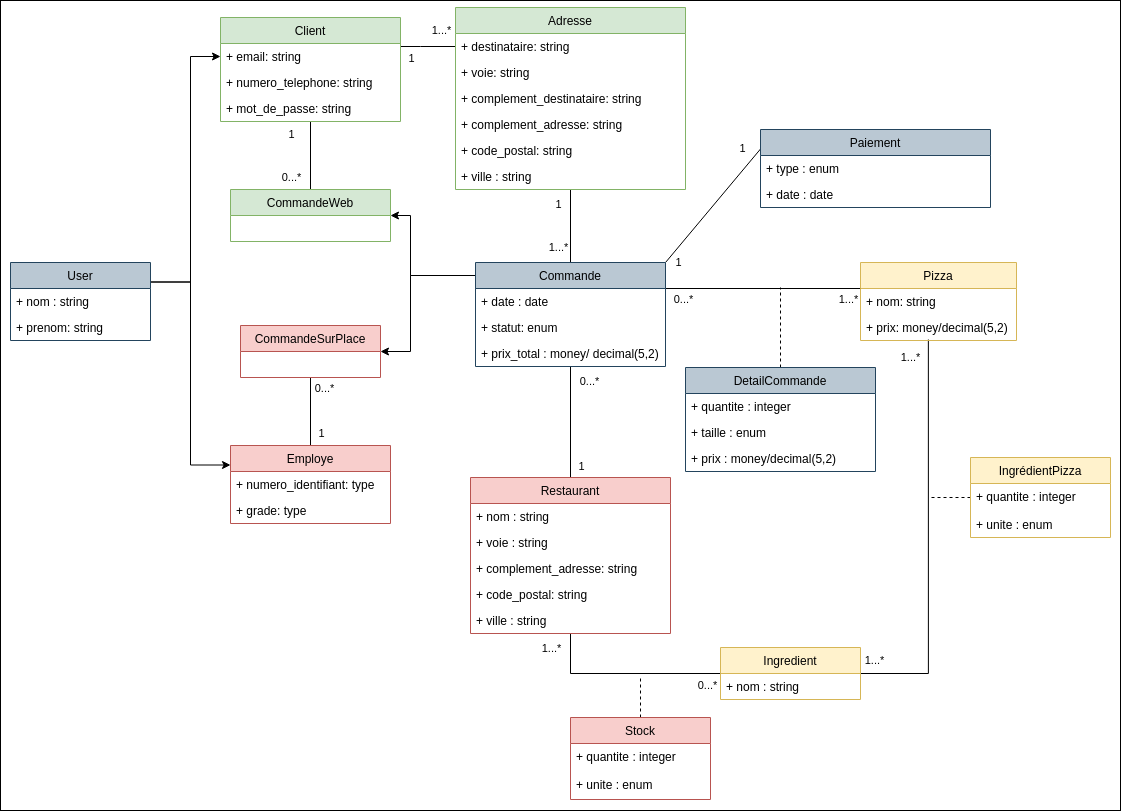
Before: P6_classe.png, a diagram exported from draw.io (micktymoon/P6_pelletier_c-line). Source tidied: cells renumbered, new cells last; positions are measured from the earlier drawing's top-left corner, leaving out a move shared by most shapes.
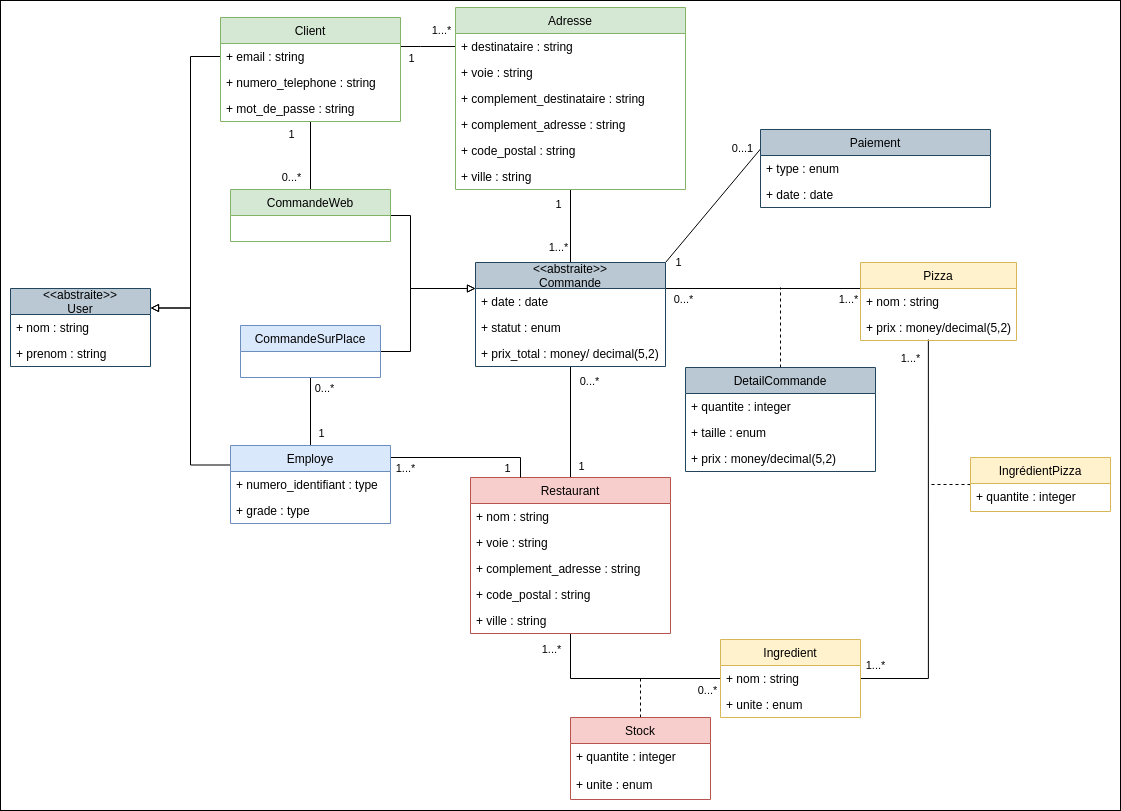
Later version of the same file.

Commit message:
diag classe terminé

The edit, as a diff of the source:
```diff
@@ -31,10 +31,10 @@
         <mxPoint x="7" y="6" as="offset" />
       </mxGeometry>
     </mxCell>
-    <mxCell id="9" style="rounded=0;jettySize=auto;html=1;exitX=0;exitY=0.25;exitDx=0;exitDy=0;endArrow=classic;endFill=1;entryX=1;entryY=0.5;entryDx=0;entryDy=0;edgeStyle=orthogonalEdgeStyle;startArrow=none;startFill=0;" parent="1" edge="1" source="70" target="66">
+    <mxCell id="9" style="rounded=0;jettySize=auto;html=1;exitX=0;exitY=0.25;exitDx=0;exitDy=0;endArrow=none;endFill=0;entryX=1;entryY=0.5;entryDx=0;entryDy=0;edgeStyle=orthogonalEdgeStyle;startArrow=block;startFill=0;" parent="1" edge="1" source="70" target="66">
       <mxGeometry relative="1" as="geometry">
         <Array as="points">
-          <mxPoint x="410" y="275" />
+          <mxPoint x="410" y="288" />
           <mxPoint x="410" y="215" />
         </Array>
       </mxGeometry>
@@ -59,7 +59,7 @@
     </mxCell>
     <mxCell id="14" style="edgeStyle=none;rounded=0;jettySize=auto;html=1;exitX=0;exitY=0.5;exitDx=0;exitDy=0;endArrow=none;endFill=0;dashed=1;" parent="1" edge="1" source="81">
       <mxGeometry relative="1" as="geometry">
-        <mxPoint x="930" y="497" as="targetPoint" />
+        <mxPoint x="930" y="484" as="targetPoint" />
       </mxGeometry>
     </mxCell>
     <mxCell id="15" style="edgeStyle=orthogonalEdgeStyle;rounded=0;jettySize=auto;html=1;entryX=0.435;entryY=0.962;entryDx=0;entryDy=0;endArrow=none;endFill=0;exitX=1;exitY=0.5;exitDx=0;exitDy=0;entryPerimeter=0;" parent="1" edge="1" source="44" target="76">
@@ -106,11 +106,11 @@
         <mxPoint x="-9" y="-4" as="offset" />
       </mxGeometry>
     </mxCell>
-    <mxCell id="25" style="rounded=0;jettySize=auto;html=1;entryX=0;entryY=0.25;entryDx=0;entryDy=0;endArrow=none;endFill=0;exitX=1;exitY=0.5;exitDx=0;exitDy=0;edgeStyle=orthogonalEdgeStyle;startArrow=classic;startFill=1;" parent="1" edge="1" source="59" target="70">
+    <mxCell id="25" style="rounded=0;jettySize=auto;html=1;entryX=0;entryY=0.25;entryDx=0;entryDy=0;endArrow=block;endFill=0;exitX=1;exitY=0.5;exitDx=0;exitDy=0;edgeStyle=orthogonalEdgeStyle;startArrow=none;startFill=0;" parent="1" edge="1" source="59" target="70">
       <mxGeometry relative="1" as="geometry">
         <Array as="points">
           <mxPoint x="410" y="351" />
-          <mxPoint x="410" y="275" />
+          <mxPoint x="410" y="288" />
         </Array>
       </mxGeometry>
     </mxCell>
@@ -132,18 +132,18 @@
         <mxPoint x="14" y="-19" as="offset" />
       </mxGeometry>
     </mxCell>
-    <mxCell id="29" style="rounded=0;jettySize=auto;html=1;exitX=1;exitY=0.25;exitDx=0;exitDy=0;entryX=0;entryY=0.5;entryDx=0;entryDy=0;edgeStyle=orthogonalEdgeStyle;" parent="1" edge="1" source="67" target="53">
+    <mxCell id="29" style="rounded=0;jettySize=auto;html=1;exitX=1;exitY=0.25;exitDx=0;exitDy=0;entryX=0;entryY=0.5;entryDx=0;entryDy=0;endArrow=none;endFill=0;startArrow=block;startFill=0;edgeStyle=orthogonalEdgeStyle;" parent="1" edge="1" source="67" target="53">
       <mxGeometry relative="1" as="geometry">
         <Array as="points">
-          <mxPoint x="190" y="282" />
+          <mxPoint x="190" y="308" />
           <mxPoint x="190" y="56" />
         </Array>
       </mxGeometry>
     </mxCell>
-    <mxCell id="30" style="rounded=0;jettySize=auto;html=1;exitX=1;exitY=0.25;exitDx=0;exitDy=0;entryX=0;entryY=0.25;entryDx=0;entryDy=0;edgeStyle=orthogonalEdgeStyle;" parent="1" edge="1" source="67" target="60">
+    <mxCell id="30" style="rounded=0;jettySize=auto;html=1;exitX=1;exitY=0.25;exitDx=0;exitDy=0;entryX=0;entryY=0.25;entryDx=0;entryDy=0;startArrow=block;startFill=0;endArrow=none;endFill=0;strokeWidth=1;sourcePerimeterSpacing=0;edgeStyle=orthogonalEdgeStyle;" parent="1" edge="1" source="67" target="60">
       <mxGeometry relative="1" as="geometry">
         <Array as="points">
-          <mxPoint x="190" y="282" />
+          <mxPoint x="190" y="308" />
           <mxPoint x="190" y="465" />
         </Array>
       </mxGeometry>
@@ -151,19 +151,19 @@
     <mxCell id="31" value="Adresse" style="swimlane;fontStyle=0;horizontal=1;startSize=26;fillColor=#d5e8d4;strokeColor=#82b366;" parent="1" vertex="1">
       <mxGeometry x="455" y="7" width="230" height="182" as="geometry" />
     </mxCell>
-    <mxCell id="32" value="+ destinataire: string" style="text;strokeColor=none;fillColor=none;align=left;verticalAlign=top;spacingLeft=4;spacingRight=4;overflow=hidden;points=[[0,0.5],[1,0.5]];portConstraint=eastwest;" parent="31" vertex="1">
+    <mxCell id="32" value="+ destinataire : string" style="text;strokeColor=none;fillColor=none;align=left;verticalAlign=top;spacingLeft=4;spacingRight=4;overflow=hidden;points=[[0,0.5],[1,0.5]];portConstraint=eastwest;" parent="31" vertex="1">
       <mxGeometry y="26" width="230" height="26" as="geometry" />
     </mxCell>
-    <mxCell id="33" value="+ voie: string" style="text;strokeColor=none;fillColor=none;align=left;verticalAlign=top;spacingLeft=4;spacingRight=4;overflow=hidden;" parent="31" vertex="1">
+    <mxCell id="33" value="+ voie : string" style="text;strokeColor=none;fillColor=none;align=left;verticalAlign=top;spacingLeft=4;spacingRight=4;overflow=hidden;" parent="31" vertex="1">
       <mxGeometry y="52" width="230" height="26" as="geometry" />
     </mxCell>
-    <mxCell id="34" value="+ complement_destinataire: string" style="text;strokeColor=none;fillColor=none;align=left;verticalAlign=top;spacingLeft=4;spacingRight=4;overflow=hidden;" parent="31" vertex="1">
+    <mxCell id="34" value="+ complement_destinataire : string" style="text;strokeColor=none;fillColor=none;align=left;verticalAlign=top;spacingLeft=4;spacingRight=4;overflow=hidden;" parent="31" vertex="1">
       <mxGeometry y="78" width="230" height="26" as="geometry" />
     </mxCell>
-    <mxCell id="35" value="+ complement_adresse: string" style="text;strokeColor=none;fillColor=none;align=left;verticalAlign=top;spacingLeft=4;spacingRight=4;overflow=hidden;" parent="31" vertex="1">
+    <mxCell id="35" value="+ complement_adresse : string" style="text;strokeColor=none;fillColor=none;align=left;verticalAlign=top;spacingLeft=4;spacingRight=4;overflow=hidden;" parent="31" vertex="1">
       <mxGeometry y="104" width="230" height="26" as="geometry" />
     </mxCell>
-    <mxCell id="36" value="+ code_postal: string" style="text;strokeColor=none;fillColor=none;align=left;verticalAlign=top;spacingLeft=4;spacingRight=4;overflow=hidden;" parent="31" vertex="1">
+    <mxCell id="36" value="+ code_postal : string" style="text;strokeColor=none;fillColor=none;align=left;verticalAlign=top;spacingLeft=4;spacingRight=4;overflow=hidden;" parent="31" vertex="1">
       <mxGeometry y="130" width="230" height="26" as="geometry" />
     </mxCell>
     <mxCell id="37" value="+ ville : string" style="text;strokeColor=none;fillColor=none;align=left;verticalAlign=top;spacingLeft=4;spacingRight=4;overflow=hidden;" parent="31" vertex="1">
@@ -178,21 +178,15 @@
     <mxCell id="40" value="+ voie : string" style="text;strokeColor=none;fillColor=none;align=left;verticalAlign=top;spacingLeft=4;spacingRight=4;overflow=hidden;" parent="38" vertex="1">
       <mxGeometry y="52" width="200" height="26" as="geometry" />
     </mxCell>
-    <mxCell id="41" value="+ complement_adresse: string" style="text;strokeColor=none;fillColor=none;align=left;verticalAlign=top;spacingLeft=4;spacingRight=4;overflow=hidden;" parent="38" vertex="1">
+    <mxCell id="41" value="+ complement_adresse : string" style="text;strokeColor=none;fillColor=none;align=left;verticalAlign=top;spacingLeft=4;spacingRight=4;overflow=hidden;" parent="38" vertex="1">
       <mxGeometry y="78" width="200" height="26" as="geometry" />
     </mxCell>
-    <mxCell id="42" value="+ code_postal: string" style="text;strokeColor=none;fillColor=none;align=left;verticalAlign=top;spacingLeft=4;spacingRight=4;overflow=hidden;" parent="38" vertex="1">
+    <mxCell id="42" value="+ code_postal : string" style="text;strokeColor=none;fillColor=none;align=left;verticalAlign=top;spacingLeft=4;spacingRight=4;overflow=hidden;" parent="38" vertex="1">
       <mxGeometry y="104" width="200" height="26" as="geometry" />
     </mxCell>
     <mxCell id="43" value="+ ville : string" style="text;strokeColor=none;fillColor=none;align=left;verticalAlign=top;spacingLeft=4;spacingRight=4;overflow=hidden;" parent="38" vertex="1">
       <mxGeometry y="130" width="200" height="26" as="geometry" />
     </mxCell>
-    <mxCell id="44" value="Ingredient" style="swimlane;fontStyle=0;horizontal=1;startSize=26;fillColor=#fff2cc;strokeColor=#d6b656;" parent="1" vertex="1">
-      <mxGeometry x="720" y="647" width="140" height="52" as="geometry" />
-    </mxCell>
-    <mxCell id="45" value="+ nom : string" style="text;strokeColor=none;fillColor=none;align=left;verticalAlign=top;spacingLeft=4;spacingRight=4;overflow=hidden;" parent="44" vertex="1">
-      <mxGeometry y="26" width="140" height="26" as="geometry" />
-    </mxCell>
     <mxCell id="46" value="Stock" style="swimlane;fontStyle=0;horizontal=1;startSize=26;fillColor=#f8cecc;strokeColor=#b85450;" parent="1" vertex="1">
       <mxGeometry x="570" y="717" width="140" height="82" as="geometry" />
     </mxCell>
@@ -218,13 +212,13 @@
     <mxCell id="52" value="Client" style="swimlane;fontStyle=0;horizontal=1;startSize=26;fillColor=#d5e8d4;strokeColor=#82b366;" parent="1" vertex="1">
       <mxGeometry x="220" y="17" width="180" height="104" as="geometry" />
     </mxCell>
-    <mxCell id="53" value="+ email: string" style="text;strokeColor=none;fillColor=none;align=left;verticalAlign=top;spacingLeft=4;spacingRight=4;overflow=hidden;points=[[0,0.5],[1,0.5]];portConstraint=eastwest;" parent="52" vertex="1">
+    <mxCell id="53" value="+ email : string" style="text;strokeColor=none;fillColor=none;align=left;verticalAlign=top;spacingLeft=4;spacingRight=4;overflow=hidden;points=[[0,0.5],[1,0.5]];portConstraint=eastwest;" parent="52" vertex="1">
       <mxGeometry y="26" width="180" height="26" as="geometry" />
     </mxCell>
-    <mxCell id="54" value="+ numero_telephone: string" style="text;strokeColor=none;fillColor=none;align=left;verticalAlign=top;spacingLeft=4;spacingRight=4;overflow=hidden;" parent="52" vertex="1">
+    <mxCell id="54" value="+ numero_telephone : string" style="text;strokeColor=none;fillColor=none;align=left;verticalAlign=top;spacingLeft=4;spacingRight=4;overflow=hidden;" parent="52" vertex="1">
       <mxGeometry y="52" width="180" height="26" as="geometry" />
     </mxCell>
-    <mxCell id="55" value="+ mot_de_passe: string" style="text;strokeColor=none;fillColor=none;align=left;verticalAlign=top;spacingLeft=4;spacingRight=4;overflow=hidden;points=[[0,0.5],[1,0.5]];portConstraint=eastwest;" parent="52" vertex="1">
+    <mxCell id="55" value="+ mot_de_passe : string" style="text;strokeColor=none;fillColor=none;align=left;verticalAlign=top;spacingLeft=4;spacingRight=4;overflow=hidden;points=[[0,0.5],[1,0.5]];portConstraint=eastwest;" parent="52" vertex="1">
       <mxGeometry y="78" width="180" height="26" as="geometry" />
     </mxCell>
     <mxCell id="56" style="edgeStyle=none;rounded=0;jettySize=auto;html=1;exitX=1;exitY=0;exitDx=0;exitDy=0;entryX=0;entryY=0.25;entryDx=0;entryDy=0;endArrow=none;endFill=0;" parent="1" edge="1" source="70" target="63">
@@ -235,21 +229,39 @@
         <mxPoint x="-14" y="30.6" as="offset" />
       </mxGeometry>
     </mxCell>
-    <mxCell id="58" value="1" style="edgeLabel;html=1;align=center;verticalAlign=middle;" parent="56" vertex="1">
+    <mxCell id="58" value="0...1" style="edgeLabel;html=1;align=center;verticalAlign=middle;" parent="56" vertex="1">
       <mxGeometry x="0.81" relative="1" as="geometry">
         <mxPoint x="-9.2" y="-11.6" as="offset" />
       </mxGeometry>
     </mxCell>
-    <mxCell id="59" value="CommandeSurPlace" style="swimlane;fontStyle=0;horizontal=1;startSize=26;fillColor=#f8cecc;strokeColor=#b85450;" parent="1" vertex="1">
+    <mxCell id="59" value="CommandeSurPlace" style="swimlane;fontStyle=0;horizontal=1;startSize=26;fillColor=#dae8fc;strokeColor=#6c8ebf;" parent="1" vertex="1">
       <mxGeometry x="240" y="325" width="140" height="52" as="geometry" />
     </mxCell>
+    <mxCell id="84" style="edgeStyle=orthogonalEdgeStyle;rounded=0;jettySize=auto;html=1;exitX=1;exitY=0.25;exitDx=0;exitDy=0;entryX=0.25;entryY=0;entryDx=0;entryDy=0;endArrow=none;endFill=0;" parent="1" edge="1" source="60" target="38">
+      <mxGeometry relative="1" as="geometry">
+        <Array as="points">
+          <mxPoint x="390" y="457" />
+          <mxPoint x="520" y="457" />
+        </Array>
+      </mxGeometry>
+    </mxCell>
+    <mxCell id="85" value="1...*" style="edgeLabel;html=1;align=center;verticalAlign=middle;" parent="84" vertex="1">
+      <mxGeometry x="-0.41" y="-3" relative="1" as="geometry">
+        <mxPoint x="-25.5" y="7" as="offset" />
+      </mxGeometry>
+    </mxCell>
+    <mxCell id="86" value="1" style="edgeLabel;html=1;align=center;verticalAlign=middle;" parent="84" vertex="1">
+      <mxGeometry x="0.57" y="2" relative="1" as="geometry">
+        <mxPoint y="12" as="offset" />
+      </mxGeometry>
+    </mxCell>
-    <mxCell id="60" value="Employe" style="swimlane;fontStyle=0;horizontal=1;startSize=26;fillColor=#f8cecc;strokeColor=#b85450;" parent="1" vertex="1">
+    <mxCell id="60" value="Employe" style="swimlane;fontStyle=0;horizontal=1;startSize=26;fillColor=#dae8fc;strokeColor=#6c8ebf;" parent="1" vertex="1">
       <mxGeometry x="230" y="445" width="160" height="78" as="geometry" />
     </mxCell>
-    <mxCell id="61" value="+ numero_identifiant: type" style="text;strokeColor=none;fillColor=none;align=left;verticalAlign=top;spacingLeft=4;spacingRight=4;overflow=hidden;" parent="60" vertex="1">
+    <mxCell id="61" value="+ numero_identifiant : type" style="text;strokeColor=none;fillColor=none;align=left;verticalAlign=top;spacingLeft=4;spacingRight=4;overflow=hidden;" parent="60" vertex="1">
       <mxGeometry y="26" width="160" height="26" as="geometry" />
     </mxCell>
-    <mxCell id="62" value="+ grade: type" style="text;strokeColor=none;fillColor=none;align=left;verticalAlign=top;spacingLeft=4;spacingRight=4;overflow=hidden;" parent="60" vertex="1">
+    <mxCell id="62" value="+ grade : type" style="text;strokeColor=none;fillColor=none;align=left;verticalAlign=top;spacingLeft=4;spacingRight=4;overflow=hidden;" parent="60" vertex="1">
       <mxGeometry y="52" width="160" height="26" as="geometry" />
     </mxCell>
     <mxCell id="63" value="Paiement" style="swimlane;fontStyle=0;horizontal=1;startSize=26;fillColor=#bac8d3;strokeColor=#23445d;" parent="1" vertex="1">
@@ -264,22 +276,13 @@
     <mxCell id="66" value="CommandeWeb" style="swimlane;fontStyle=0;horizontal=1;startSize=26;fillColor=#d5e8d4;strokeColor=#82b366;" parent="1" vertex="1">
       <mxGeometry x="230" y="189" width="160" height="52" as="geometry" />
     </mxCell>
-    <mxCell id="67" value="User" style="swimlane;fontStyle=0;horizontal=1;startSize=26;fillColor=#bac8d3;strokeColor=#23445d;" parent="1" vertex="1">
-      <mxGeometry x="10" y="262" width="140" height="78" as="geometry" />
-    </mxCell>
-    <mxCell id="68" value="+ nom : string" style="text;strokeColor=none;fillColor=none;align=left;verticalAlign=top;spacingLeft=4;spacingRight=4;overflow=hidden;" parent="67" vertex="1">
-      <mxGeometry y="26" width="140" height="26" as="geometry" />
-    </mxCell>
-    <mxCell id="69" value="+ prenom: string" style="text;strokeColor=none;fillColor=none;align=left;verticalAlign=top;spacingLeft=4;spacingRight=4;overflow=hidden;" parent="67" vertex="1">
-      <mxGeometry y="52" width="140" height="26" as="geometry" />
-    </mxCell>
-    <mxCell id="70" value="Commande" style="swimlane;fontStyle=0;horizontal=1;startSize=26;fillColor=#bac8d3;strokeColor=#23445d;" parent="1" vertex="1">
+    <mxCell id="70" value="&lt;&lt;abstraite&gt;&gt;&#10;Commande" style="swimlane;fontStyle=0;horizontal=1;startSize=26;fillColor=#bac8d3;strokeColor=#23445d;" parent="1" vertex="1">
       <mxGeometry x="475" y="262" width="190" height="104" as="geometry" />
     </mxCell>
     <mxCell id="71" value="+ date : date" style="text;strokeColor=none;fillColor=none;align=left;verticalAlign=top;spacingLeft=4;spacingRight=4;overflow=hidden;" parent="70" vertex="1">
       <mxGeometry y="26" width="190" height="26" as="geometry" />
     </mxCell>
-    <mxCell id="72" value="+ statut: enum" style="text;strokeColor=none;fillColor=none;align=left;verticalAlign=top;spacingLeft=4;spacingRight=4;overflow=hidden;" parent="70" vertex="1">
+    <mxCell id="72" value="+ statut : enum" style="text;strokeColor=none;fillColor=none;align=left;verticalAlign=top;spacingLeft=4;spacingRight=4;overflow=hidden;" parent="70" vertex="1">
       <mxGeometry y="52" width="190" height="26" as="geometry" />
     </mxCell>
     <mxCell id="73" value="+ prix_total : money/ decimal(5,2)" style="text;strokeColor=none;fillColor=none;align=left;verticalAlign=top;spacingLeft=4;spacingRight=4;overflow=hidden;points=[[0,0.5],[1,0.5]];portConstraint=eastwest;" parent="70" vertex="1">
@@ -288,10 +291,10 @@
     <mxCell id="74" value="Pizza" style="swimlane;fontStyle=0;horizontal=1;startSize=26;fillColor=#fff2cc;strokeColor=#d6b656;" parent="1" vertex="1">
       <mxGeometry x="860" y="262" width="156" height="78" as="geometry" />
     </mxCell>
-    <mxCell id="75" value="+ nom: string" style="text;strokeColor=none;fillColor=none;align=left;verticalAlign=top;spacingLeft=4;spacingRight=4;overflow=hidden;points=[[0,0.5],[1,0.5]];portConstraint=eastwest;" parent="74" vertex="1">
+    <mxCell id="75" value="+ nom : string" style="text;strokeColor=none;fillColor=none;align=left;verticalAlign=top;spacingLeft=4;spacingRight=4;overflow=hidden;points=[[0,0.5],[1,0.5]];portConstraint=eastwest;" parent="74" vertex="1">
       <mxGeometry y="26" width="156" height="26" as="geometry" />
     </mxCell>
-    <mxCell id="76" value="+ prix: money/decimal(5,2)" style="text;strokeColor=none;fillColor=none;align=left;verticalAlign=top;spacingLeft=4;spacingRight=4;overflow=hidden;points=[[0,0.5],[1,0.5]];portConstraint=eastwest;" parent="74" vertex="1">
+    <mxCell id="76" value="+ prix : money/decimal(5,2)" style="text;strokeColor=none;fillColor=none;align=left;verticalAlign=top;spacingLeft=4;spacingRight=4;overflow=hidden;points=[[0,0.5],[1,0.5]];portConstraint=eastwest;" parent="74" vertex="1">
       <mxGeometry y="52" width="156" height="26" as="geometry" />
     </mxCell>
     <mxCell id="77" value="DetailCommande" style="swimlane;fontStyle=0;horizontal=1;startSize=26;fillColor=#bac8d3;strokeColor=#23445d;" parent="1" vertex="1">
@@ -306,14 +309,29 @@
     <mxCell id="80" value="+ prix : money/decimal(5,2)" style="text;strokeColor=none;fillColor=none;align=left;verticalAlign=top;spacingLeft=4;spacingRight=4;overflow=hidden;" parent="77" vertex="1">
       <mxGeometry y="78" width="190" height="26" as="geometry" />
     </mxCell>
+    <mxCell id="44" value="Ingredient" style="swimlane;fontStyle=0;horizontal=1;startSize=26;fillColor=#fff2cc;strokeColor=#d6b656;" parent="1" vertex="1">
+      <mxGeometry x="720" y="639" width="140" height="78" as="geometry" />
+    </mxCell>
+    <mxCell id="45" value="+ nom : string" style="text;strokeColor=none;fillColor=none;align=left;verticalAlign=top;spacingLeft=4;spacingRight=4;overflow=hidden;" parent="44" vertex="1">
+      <mxGeometry y="26" width="140" height="26" as="geometry" />
+    </mxCell>
+    <mxCell id="83" value="+ unite : enum" style="text;strokeColor=none;fillColor=none;align=left;verticalAlign=top;spacingLeft=4;spacingRight=4;overflow=hidden;" parent="44" vertex="1">
+      <mxGeometry y="52" width="140" height="26" as="geometry" />
+    </mxCell>
     <mxCell id="81" value="IngrédientPizza" style="swimlane;fontStyle=0;horizontal=1;startSize=26;fillColor=#fff2cc;strokeColor=#d6b656;" parent="1" vertex="1">
-      <mxGeometry x="970" y="457" width="140" height="80" as="geometry" />
+      <mxGeometry x="970" y="457" width="140" height="54" as="geometry" />
     </mxCell>
     <mxCell id="82" value="+ quantite : integer" style="text;strokeColor=none;fillColor=none;align=left;verticalAlign=top;spacingLeft=4;spacingRight=4;overflow=hidden;" parent="81" vertex="1">
       <mxGeometry y="26" width="140" height="28" as="geometry" />
     </mxCell>
-    <mxCell id="83" value="+ unite : enum" style="text;strokeColor=none;fillColor=none;align=left;verticalAlign=top;spacingLeft=4;spacingRight=4;overflow=hidden;" parent="81" vertex="1">
-      <mxGeometry y="54" width="140" height="26" as="geometry" />
-    </mxCell>
+    <mxCell id="67" value="&lt;&lt;abstraite&gt;&gt;&#10;User" style="swimlane;fontStyle=0;horizontal=1;startSize=26;fillColor=#bac8d3;strokeColor=#23445d;" parent="1" vertex="1">
+      <mxGeometry x="10" y="288" width="140" height="78" as="geometry" />
+    </mxCell>
+    <mxCell id="68" value="+ nom : string" style="text;strokeColor=none;fillColor=none;align=left;verticalAlign=top;spacingLeft=4;spacingRight=4;overflow=hidden;" parent="67" vertex="1">
+      <mxGeometry y="26" width="140" height="26" as="geometry" />
+    </mxCell>
+    <mxCell id="69" value="+ prenom : string" style="text;strokeColor=none;fillColor=none;align=left;verticalAlign=top;spacingLeft=4;spacingRight=4;overflow=hidden;" parent="67" vertex="1">
+      <mxGeometry y="52" width="140" height="26" as="geometry" />
+    </mxCell>
   </root>
 </mxGraphModel>
```
